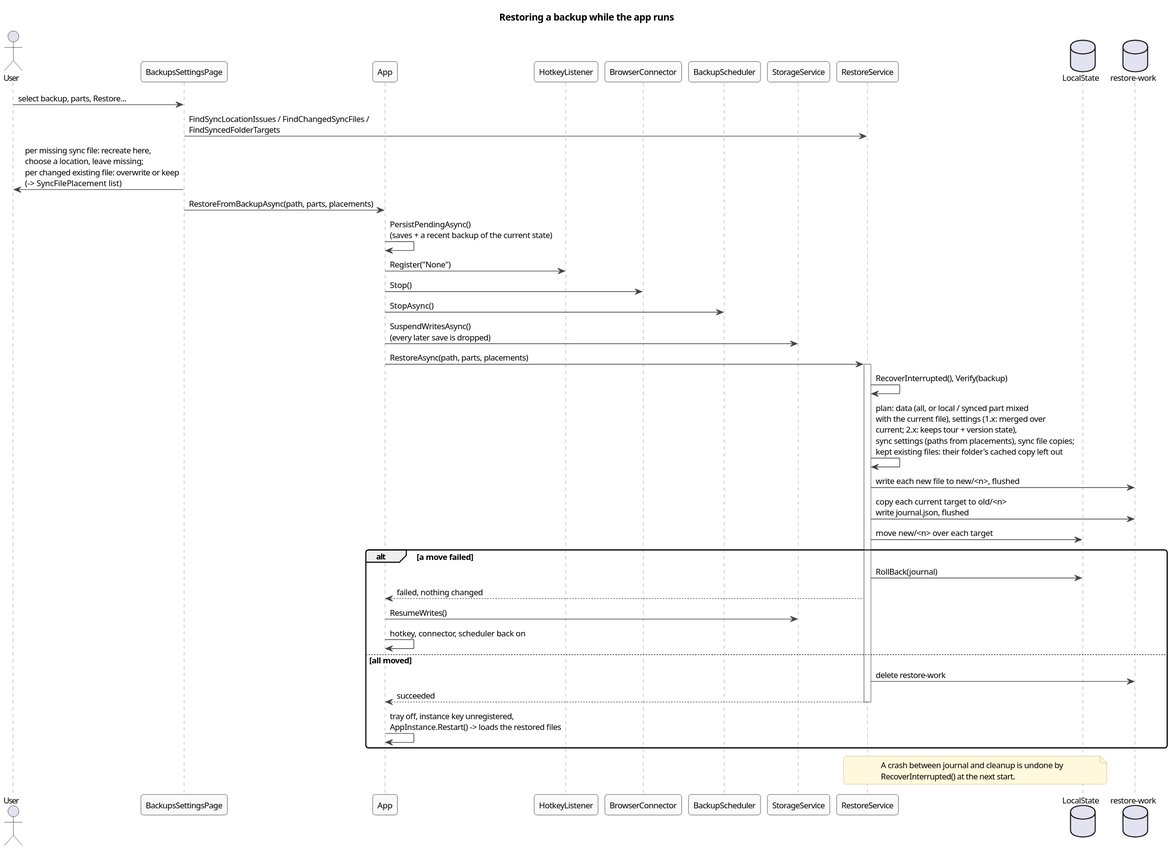
Earlier version of the PlantUML export docs/architecture/diagrams/seq-restore.svg (halatsWol/TextTemplateManager-v2). The source it was exported from:
```plantuml
@startuml
!include _style.iuml
title Restoring a backup while the app runs

actor User
participant BackupsSettingsPage as Page
participant App
participant HotkeyListener
participant BrowserConnector
participant BackupScheduler
participant StorageService
participant RestoreService
database "LocalState" as Files
database "restore-work" as Work

User -> Page : select backup, parts, Restore...
Page -> RestoreService : FindSyncLocationIssues / FindChangedSyncFiles /\nFindSyncedFolderTargets
Page -> User : per missing sync file: recreate here,\nchoose a location, leave missing;\nper changed existing file: overwrite or keep\n(-> SyncFilePlacement list)
Page -> App : RestoreFromBackupAsync(path, parts, placements)
App -> App : PersistPendingAsync()\n(saves + a recent backup of the current state)
App -> HotkeyListener : Register("None")
App -> BrowserConnector : Stop()
App -> BackupScheduler : StopAsync()
App -> StorageService : SuspendWritesAsync()\n(every later save is dropped)
App -> RestoreService : RestoreAsync(path, parts, placements)
activate RestoreService
RestoreService -> RestoreService : RecoverInterrupted(), Verify(backup)
RestoreService -> RestoreService : plan: data (all, or local / synced part mixed\nwith the current file), settings (1.x: merged over\ncurrent; 2.x: keeps tour + version state),\nsync settings (paths from placements), sync file copies;\nkept existing files: their folder's cached copy left out
RestoreService -> Work : write each new file to new/<n>, flushed
RestoreService -> Work : copy each current target to old/<n>\nwrite journal.json, flushed
RestoreService -> Files : move new/<n> over each target
alt a move failed
  RestoreService -> Files : RollBack(journal)
  RestoreService --> App : failed, nothing changed
  App -> StorageService : ResumeWrites()
  App -> App : hotkey, connector, scheduler back on
else all moved
  RestoreService -> Work : delete restore-work
  RestoreService --> App : succeeded
  deactivate RestoreService
  App -> App : tray off, instance key unregistered,\nAppInstance.Restart() -> loads the restored files
end
note over RestoreService, Files
  A crash between journal and cleanup is undone by
  RecoverInterrupted() at the next start.
end note
@enduml
```
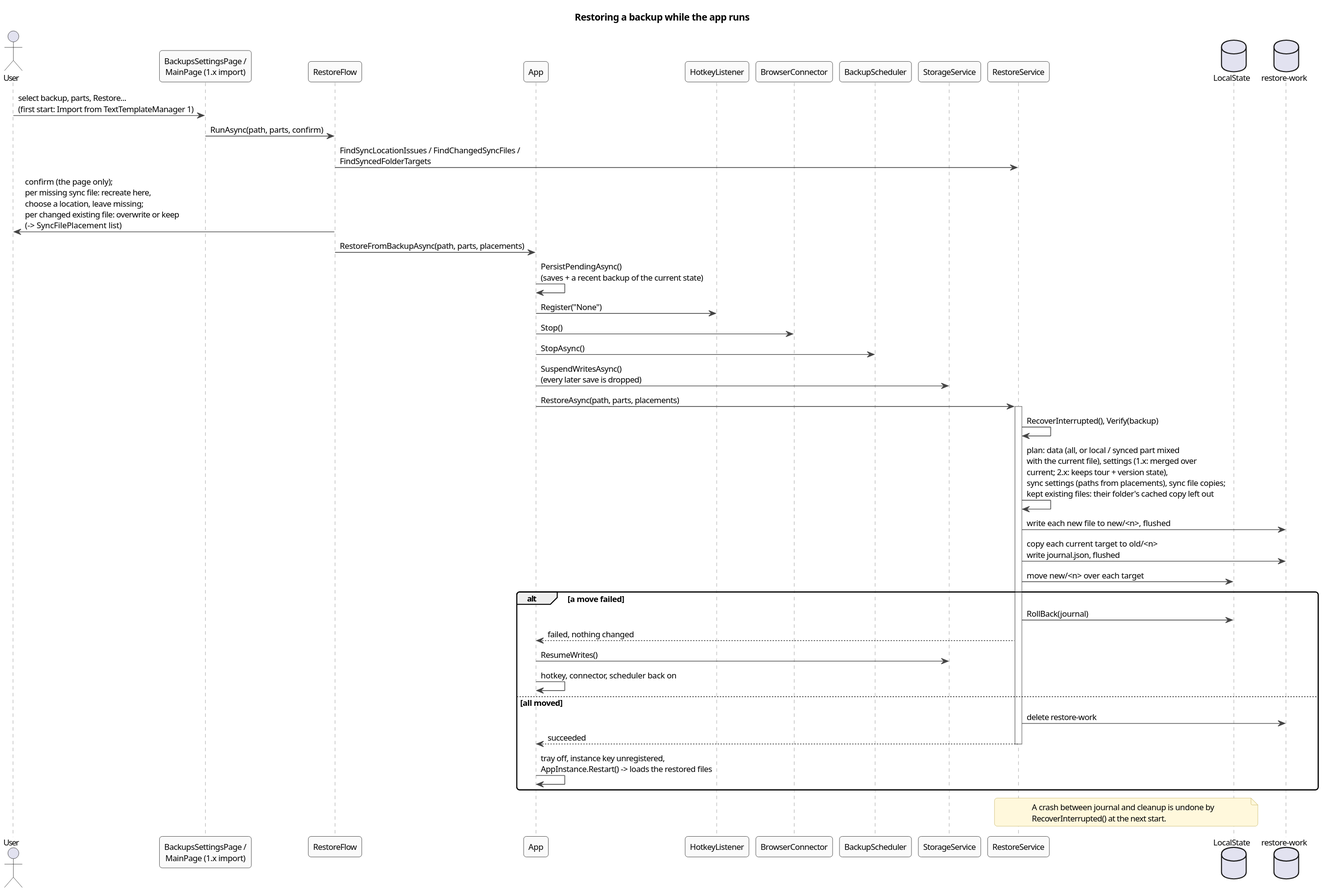
After the commit.

Commit message:
first start: import from 1.x restores right away, no detour via Settings

The edit, as a diff of the source:
```diff
@@ -3,7 +3,8 @@
 title Restoring a backup while the app runs
 
 actor User
-participant BackupsSettingsPage as Page
+participant "BackupsSettingsPage /\nMainPage (1.x import)" as Page
+participant RestoreFlow as Flow
 participant App
 participant HotkeyListener
 participant BrowserConnector
@@ -13,10 +14,11 @@
 database "LocalState" as Files
 database "restore-work" as Work
 
-User -> Page : select backup, parts, Restore...
-Page -> RestoreService : FindSyncLocationIssues / FindChangedSyncFiles /\nFindSyncedFolderTargets
-Page -> User : per missing sync file: recreate here,\nchoose a location, leave missing;\nper changed existing file: overwrite or keep\n(-> SyncFilePlacement list)
-Page -> App : RestoreFromBackupAsync(path, parts, placements)
+User -> Page : select backup, parts, Restore...\n(first start: Import from TextTemplateManager 1)
+Page -> Flow : RunAsync(path, parts, confirm)
+Flow -> RestoreService : FindSyncLocationIssues / FindChangedSyncFiles /\nFindSyncedFolderTargets
+Flow -> User : confirm (the page only);\nper missing sync file: recreate here,\nchoose a location, leave missing;\nper changed existing file: overwrite or keep\n(-> SyncFilePlacement list)
+Flow -> App : RestoreFromBackupAsync(path, parts, placements)
 App -> App : PersistPendingAsync()\n(saves + a recent backup of the current state)
 App -> HotkeyListener : Register("None")
 App -> BrowserConnector : Stop()
```
